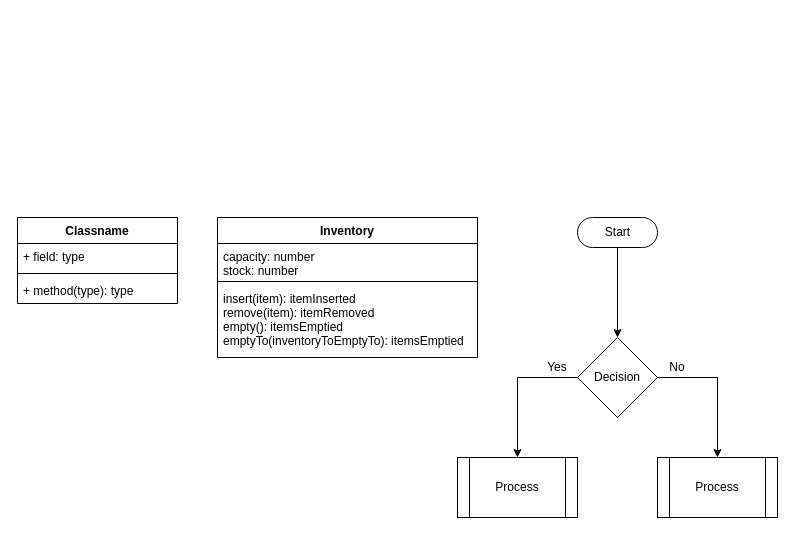
Before: UML Examples.drawio in dogou77/First-CSCS1240, a draw.io diagram. Source tidied: cells renumbered, new cells numbered last; positions are measured from the earlier drawing's top-left corner, leaving out a move shared by most shapes. Both pictures are drawn from the tidied source at 100%, with x=0, y=0 at pixel (17, 217).
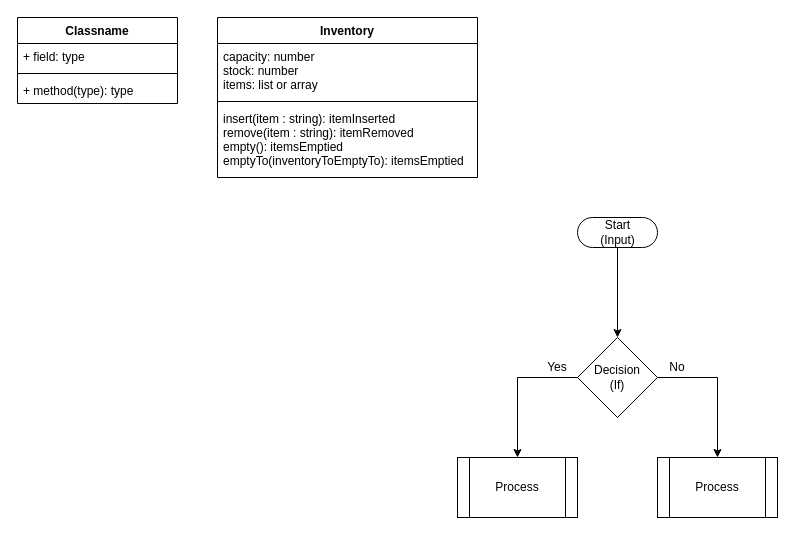
Above is the later version.

Commit message:
Added variable types

Change to the diagram source:
```diff
@@
 <mxGraphModel>
   <root>
     <mxCell id="0" />
     <mxCell id="1" parent="0" />
     <mxCell id="2" value="Classname" style="swimlane;fontStyle=1;align=center;verticalAlign=top;horizontal=1;startSize=26;" parent="1" vertex="1">
-      <mxGeometry width="160" height="86" as="geometry" />
+      <mxGeometry y="-200" width="160" height="86" as="geometry" />
     </mxCell>
     <mxCell id="3" value="+ field: type" style="text;strokeColor=none;fillColor=none;align=left;verticalAlign=top;spacingLeft=4;spacingRight=4;overflow=hidden;" parent="2" vertex="1">
       <mxGeometry y="26" width="160" height="26" as="geometry" />
     </mxCell>
     <mxCell id="4" style="line;strokeWidth=1;fillColor=none;align=left;verticalAlign=middle;spacingTop=-1;spacingLeft=3;spacingRight=3;labelPosition=right;" parent="2" vertex="1">
       <mxGeometry y="52" width="160" height="8" as="geometry" />
     </mxCell>
     <mxCell id="5" value="+ method(type): type" style="text;strokeColor=none;fillColor=none;align=left;verticalAlign=top;spacingLeft=4;spacingRight=4;overflow=hidden;" parent="2" vertex="1">
       <mxGeometry y="60" width="160" height="26" as="geometry" />
     </mxCell>
     <mxCell id="6" value="Inventory" style="swimlane;fontStyle=1;align=center;verticalAlign=top;horizontal=1;startSize=26;" parent="1" vertex="1">
-      <mxGeometry x="200" width="260" height="140" as="geometry" />
+      <mxGeometry x="200" y="-200" width="260" height="160" as="geometry" />
     </mxCell>
-    <mxCell id="7" value="capacity: number&#10;stock: number" style="text;strokeColor=none;fillColor=none;align=left;verticalAlign=top;spacingLeft=4;spacingRight=4;overflow=hidden;" parent="6" vertex="1">
-      <mxGeometry y="26" width="260" height="34" as="geometry" />
+    <mxCell id="7" value="capacity: number&#10;stock: number&#10;items: list or array" style="text;strokeColor=none;fillColor=none;align=left;verticalAlign=top;spacingLeft=4;spacingRight=4;overflow=hidden;" parent="6" vertex="1">
+      <mxGeometry y="26" width="260" height="54" as="geometry" />
     </mxCell>
     <mxCell id="8" style="line;strokeWidth=1;fillColor=none;align=left;verticalAlign=middle;spacingTop=-1;spacingLeft=3;spacingRight=3;labelPosition=right;" parent="6" vertex="1">
-      <mxGeometry y="60" width="260" height="8" as="geometry" />
+      <mxGeometry y="80" width="260" height="8" as="geometry" />
     </mxCell>
-    <mxCell id="9" value="insert(item): itemInserted&#10;remove(item): itemRemoved&#10;empty(): itemsEmptied&#10;emptyTo(inventoryToEmptyTo): itemsEmptied" style="text;strokeColor=none;fillColor=none;align=left;verticalAlign=top;spacingLeft=4;spacingRight=4;overflow=hidden;" parent="6" vertex="1">
-      <mxGeometry y="68" width="260" height="72" as="geometry" />
+    <mxCell id="9" value="insert(item : string): itemInserted&#10;remove(item : string): itemRemoved&#10;empty(): itemsEmptied&#10;emptyTo(inventoryToEmptyTo): itemsEmptied" style="text;strokeColor=none;fillColor=none;align=left;verticalAlign=top;spacingLeft=4;spacingRight=4;overflow=hidden;" parent="6" vertex="1">
+      <mxGeometry y="88" width="260" height="72" as="geometry" />
     </mxCell>
     <mxCell id="10" style="edgeStyle=orthogonalEdgeStyle;rounded=0;jettySize=auto;html=1;exitX=0.5;exitY=0.5;exitDx=0;exitDy=15;exitPerimeter=0;entryX=0.5;entryY=0;entryDx=0;entryDy=0;" parent="1" edge="1" source="11" target="14">
       <mxGeometry relative="1" as="geometry" />
     </mxCell>
-    <mxCell id="11" value="Start" style="html=1;dashed=0;whitespace=wrap;shape=mxgraph.dfd.start;" parent="1" vertex="1">
+    <mxCell id="11" value="Start&lt;br&gt;(Input)" style="html=1;dashed=0;whitespace=wrap;shape=mxgraph.dfd.start;" parent="1" vertex="1">
       <mxGeometry x="560" width="80" height="30" as="geometry" />
     </mxCell>
     <mxCell id="12" style="edgeStyle=orthogonalEdgeStyle;rounded=0;jettySize=auto;html=1;exitX=1;exitY=0.5;exitDx=0;exitDy=0;entryX=0.5;entryY=0;entryDx=0;entryDy=0;" parent="1" edge="1" source="14" target="16">
       <mxGeometry relative="1" as="geometry" />
     </mxCell>
     <mxCell id="13" style="edgeStyle=orthogonalEdgeStyle;rounded=0;jettySize=auto;html=1;exitX=0;exitY=0.5;exitDx=0;exitDy=0;entryX=0.5;entryY=0;entryDx=0;entryDy=0;" parent="1" edge="1" source="14" target="15">
       <mxGeometry relative="1" as="geometry" />
     </mxCell>
-    <mxCell id="14" value="Decision" style="rhombus;whiteSpace=wrap;html=1;" parent="1" vertex="1">
+    <mxCell id="14" value="Decision&lt;br&gt;(If)" style="rhombus;whiteSpace=wrap;html=1;" parent="1" vertex="1">
       <mxGeometry x="560" y="120" width="80" height="80" as="geometry" />
     </mxCell>
     <mxCell id="15" value="Process" style="shape=process;whiteSpace=wrap;html=1;backgroundOutline=1;" parent="1" vertex="1">
       <mxGeometry x="440" y="240" width="120" height="60" as="geometry" />
     </mxCell>
     <mxCell id="16" value="Process" style="shape=process;whiteSpace=wrap;html=1;backgroundOutline=1;" parent="1" vertex="1">
       <mxGeometry x="640" y="240" width="120" height="60" as="geometry" />
     </mxCell>
     <mxCell id="17" value="Yes" style="text;html=1;strokeColor=none;fillColor=none;align=center;verticalAlign=middle;whiteSpace=wrap;rounded=0;" parent="1" vertex="1">
       <mxGeometry x="520" y="140" width="40" height="20" as="geometry" />
     </mxCell>
     <mxCell id="18" value="No" style="text;html=1;strokeColor=none;fillColor=none;align=center;verticalAlign=middle;whiteSpace=wrap;rounded=0;" parent="1" vertex="1">
       <mxGeometry x="640" y="140" width="40" height="20" as="geometry" />
     </mxCell>
   </root>
 </mxGraphModel>
```
